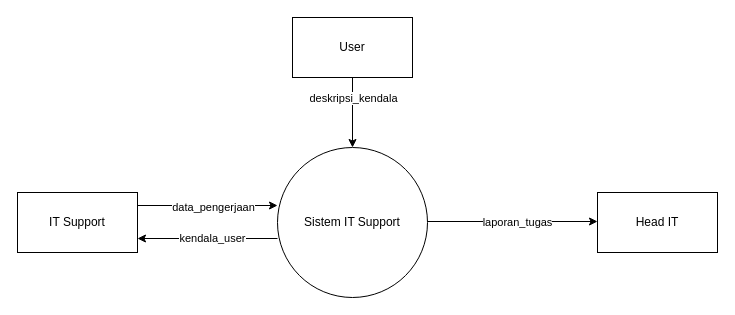
Before: diagram-sistemexisting.drawio in raflialkindhi/graph-save, a draw.io diagram. Source tidied: cells renumbered, new cells numbered last; positions are measured from the earlier drawing's top-left corner, leaving out a move shared by most shapes. Both pictures are drawn from the tidied source at 100%, with x=0, y=0 at pixel (17, 17).
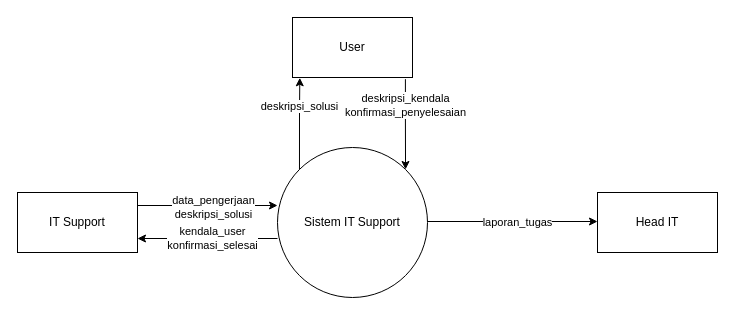
The same diagram, later.

The edit, as a diff of the source:
```diff
@@
 <mxGraphModel>
   <root>
     <mxCell id="0" />
     <mxCell id="1" parent="0" />
     <mxCell id="2" style="edgeStyle=orthogonalEdgeStyle;rounded=0;orthogonalLoop=1;jettySize=auto;html=1;exitX=0;exitY=0.5;exitDx=0;exitDy=0;entryX=1;entryY=0.5;entryDx=0;entryDy=0;" parent="1" edge="1">
       <mxGeometry relative="1" as="geometry">
         <mxPoint x="260" y="221" as="sourcePoint" />
         <mxPoint x="120" y="221" as="targetPoint" />
       </mxGeometry>
     </mxCell>
-    <mxCell id="3" value="kendala_user" style="edgeLabel;html=1;align=center;verticalAlign=middle;" parent="2" vertex="1">
+    <mxCell id="3" value="kendala_user&lt;br&gt;konfirmasi_selesai" style="edgeLabel;html=1;align=center;verticalAlign=middle;" parent="2" vertex="1">
       <mxGeometry x="-0.06" y="-1" relative="1" as="geometry" />
     </mxCell>
     <mxCell id="4" style="edgeStyle=orthogonalEdgeStyle;rounded=0;orthogonalLoop=1;jettySize=auto;html=1;exitX=1;exitY=0.5;exitDx=0;exitDy=0;entryX=0;entryY=0.5;entryDx=0;entryDy=0;" parent="1" edge="1">
       <mxGeometry relative="1" as="geometry">
         <mxPoint x="410" y="204" as="sourcePoint" />
         <mxPoint x="580" y="204" as="targetPoint" />
       </mxGeometry>
     </mxCell>
     <mxCell id="5" value="laporan_tugas" style="edgeLabel;html=1;align=center;verticalAlign=middle;" parent="4" vertex="1">
       <mxGeometry x="0.05" relative="1" as="geometry" />
     </mxCell>
     <mxCell id="6" value="Sistem IT Support" style="ellipse;whiteSpace=wrap;html=1;" parent="1" vertex="1">
       <mxGeometry x="260" y="130" width="150" height="150" as="geometry" />
     </mxCell>
-    <mxCell id="7" style="edgeStyle=orthogonalEdgeStyle;rounded=0;jettySize=auto;html=1;exitX=0.5;exitY=1;exitDx=0;exitDy=0;entryX=0.5;entryY=0;entryDx=0;entryDy=0;" parent="1" edge="1" source="9" target="6">
+    <mxCell id="7" style="edgeStyle=orthogonalEdgeStyle;rounded=0;jettySize=auto;html=1;exitX=0.941;exitY=1.028;exitDx=0;exitDy=0;entryX=1;entryY=0;entryDx=0;entryDy=0;exitPerimeter=0;" parent="1" edge="1" source="9" target="6">
       <mxGeometry relative="1" as="geometry" />
     </mxCell>
-    <mxCell id="8" value="deskripsi_kendala" style="edgeLabel;html=1;align=center;verticalAlign=middle;" parent="7" vertex="1">
+    <mxCell id="8" value="deskripsi_kendala&lt;br&gt;konfirmasi_penyelesaian" style="edgeLabel;html=1;align=center;verticalAlign=middle;" parent="7" vertex="1">
       <mxGeometry x="-0.42" relative="1" as="geometry" />
     </mxCell>
     <mxCell id="9" value="User" style="rounded=0;whiteSpace=wrap;html=1;" parent="1" vertex="1">
       <mxGeometry x="275" width="120" height="60" as="geometry" />
     </mxCell>
     <mxCell id="10" style="edgeStyle=orthogonalEdgeStyle;rounded=0;orthogonalLoop=1;jettySize=auto;html=1;exitX=1;exitY=0.5;exitDx=0;exitDy=0;entryX=0;entryY=0.5;entryDx=0;entryDy=0;" parent="1" edge="1">
       <mxGeometry relative="1" as="geometry">
         <mxPoint x="120" y="188" as="sourcePoint" />
         <mxPoint x="260" y="188" as="targetPoint" />
       </mxGeometry>
     </mxCell>
-    <mxCell id="11" value="data_pengerjaan" style="edgeLabel;html=1;align=center;verticalAlign=middle;" parent="10" vertex="1">
+    <mxCell id="11" value="data_pengerjaan&lt;br&gt;deskripsi_solusi" style="edgeLabel;html=1;align=center;verticalAlign=middle;" parent="10" vertex="1">
       <mxGeometry x="0.07" y="-1" relative="1" as="geometry" />
     </mxCell>
     <mxCell id="12" value="IT Support" style="rounded=0;whiteSpace=wrap;html=1;" parent="1" vertex="1">
       <mxGeometry y="175" width="120" height="60" as="geometry" />
     </mxCell>
     <mxCell id="13" value="Head IT" style="rounded=0;whiteSpace=wrap;html=1;" parent="1" vertex="1">
       <mxGeometry x="580" y="175" width="120" height="60" as="geometry" />
     </mxCell>
+    <mxCell id="14" style="edgeStyle=orthogonalEdgeStyle;rounded=0;jettySize=auto;html=1;exitX=0;exitY=0;exitDx=0;exitDy=0;entryX=0.061;entryY=1.005;entryDx=0;entryDy=0;entryPerimeter=0;" parent="1" edge="1" source="6" target="9">
+      <mxGeometry relative="1" as="geometry" />
+    </mxCell>
+    <mxCell id="15" value="deskripsi_solusi" style="edgeLabel;html=1;align=center;verticalAlign=middle;" parent="14" vertex="1">
+      <mxGeometry x="0.46" y="2" relative="1" as="geometry">
+        <mxPoint x="1" y="3" as="offset" />
+      </mxGeometry>
+    </mxCell>
   </root>
 </mxGraphModel>
```
